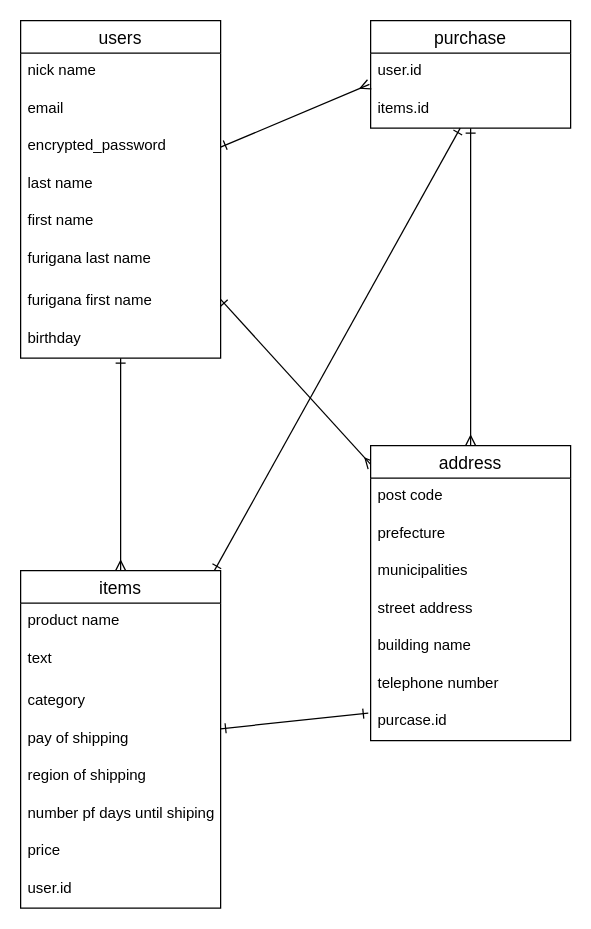
The draw.io diagram test.dio in taka0807/furima-39592, before the edit. Source tidied: cells renumbered, new cells numbered last; positions are measured from the earlier drawing's top-left corner, leaving out a move shared by most shapes. Both pictures are drawn from the tidied source at 125%, with x=0, y=0 at pixel (20, 20).
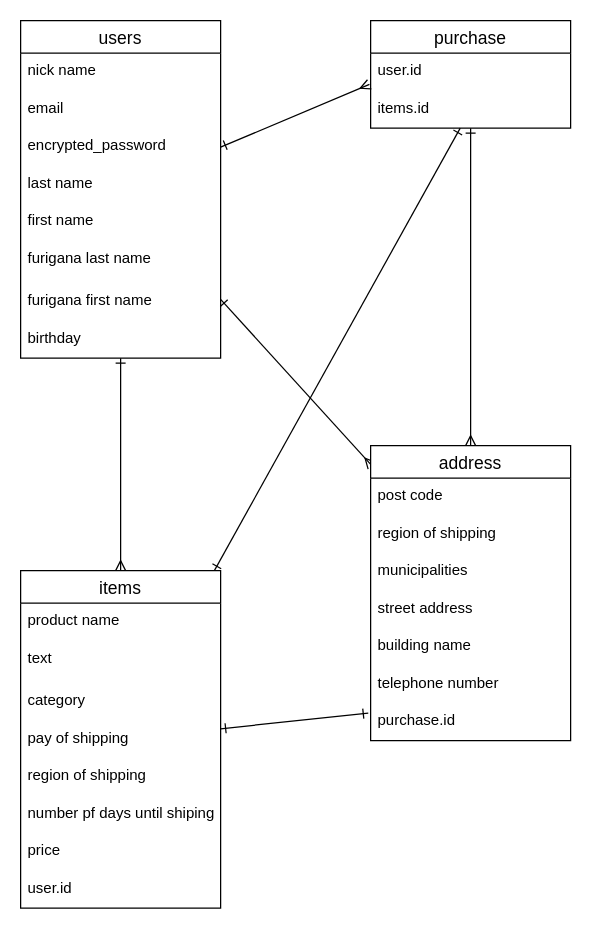
Above is the later version.

Commit message (it also covers changes not shown here):
README、ER図修正（3回目）

The change refers to these unchanged cells:
```xml
<mxCell id="29" value="address" style="swimlane;fontStyle=0;horizontal=1;startSize=26;align=center;fontSize=14;" parent="1" vertex="1">
  <mxGeometry x="280" y="340" width="160" height="236" as="geometry" />
</mxCell>
```

Change to the diagram source:
```diff
@@
-    <mxCell id="31" value="prefecture" style="text;strokeColor=none;fillColor=none;spacingLeft=4;spacingRight=4;overflow=hidden;fontSize=12;" parent="29" vertex="1">
+    <mxCell id="31" value="region of shipping" style="text;strokeColor=none;fillColor=none;spacingLeft=4;spacingRight=4;overflow=hidden;fontSize=12;" parent="29" vertex="1">
       <mxGeometry y="56" width="160" height="30" as="geometry" />
     </mxCell>
@@
-    <mxCell id="36" value="purcase.id" style="text;strokeColor=none;fillColor=none;spacingLeft=4;spacingRight=4;overflow=hidden;fontSize=12;" parent="29" vertex="1">
+    <mxCell id="36" value="purchase.id" style="text;strokeColor=none;fillColor=none;spacingLeft=4;spacingRight=4;overflow=hidden;fontSize=12;" parent="29" vertex="1">
       <mxGeometry y="206" width="160" height="30" as="geometry" />
     </mxCell>
```
